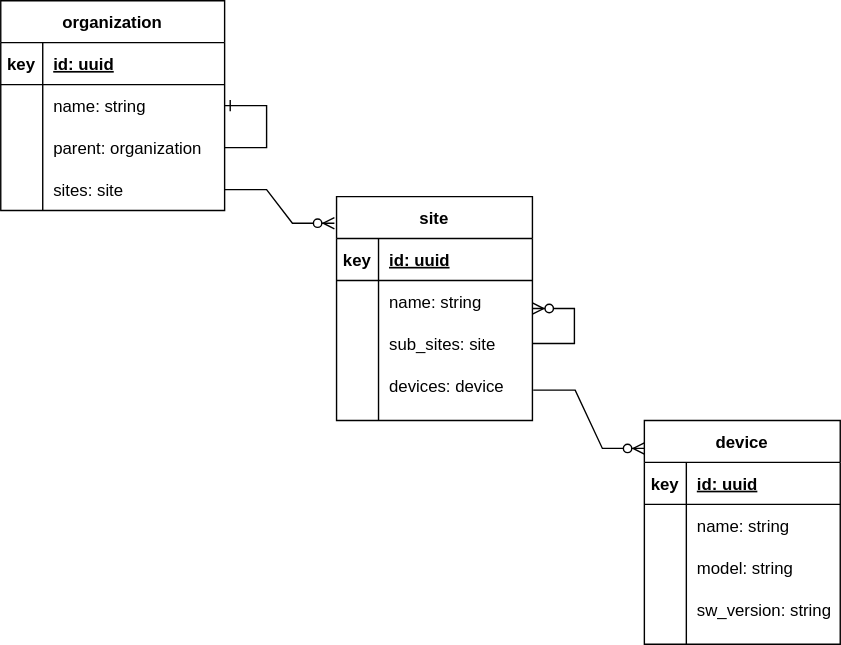
Earlier version of the draw.io export docs/contributor/example-meta-model.drawio.svg (tree-ware/tree-ware-kotlin-mysql). Source tidied: cells renumbered, new cells last; positions are measured from the earlier drawing's top-left corner, leaving out a move shared by most shapes. The source it was exported from:
```xml
<mxGraphModel>
  <root>
    <mxCell id="0" />
    <mxCell id="1" parent="0" />
    <mxCell id="2" value="organization" style="shape=table;startSize=30;rowLines=0;fontStyle=1;align=center;" parent="1" vertex="1">
      <mxGeometry width="160" height="150" as="geometry" />
    </mxCell>
    <mxCell id="3" style="shape=partialRectangle;fillColor=none;top=0;left=0;bottom=1;right=0;" parent="2" vertex="1">
      <mxGeometry y="30" width="160" height="30" as="geometry" />
    </mxCell>
    <mxCell id="4" value="key" style="shape=partialRectangle;fillColor=none;top=0;left=0;bottom=0;right=0;fontStyle=1;overflow=hidden;" parent="3" vertex="1">
      <mxGeometry width="30" height="30" as="geometry" />
    </mxCell>
    <mxCell id="5" value="id: uuid" style="shape=partialRectangle;fillColor=none;top=0;left=0;bottom=0;right=0;align=left;spacingLeft=6;fontStyle=5;overflow=hidden;" parent="3" vertex="1">
      <mxGeometry x="30" width="130" height="30" as="geometry" />
    </mxCell>
    <mxCell id="6" style="shape=partialRectangle;fillColor=none;top=0;left=0;bottom=0;right=0;points=[[0,0.5],[1,0.5]];portConstraint=eastwest;" parent="2" vertex="1">
      <mxGeometry y="60" width="160" height="30" as="geometry" />
    </mxCell>
    <mxCell id="7" style="shape=partialRectangle;fillColor=none;top=0;left=0;bottom=0;right=0;overflow=hidden;" parent="6" vertex="1">
      <mxGeometry width="30" height="30" as="geometry" />
    </mxCell>
    <mxCell id="8" value="name: string" style="shape=partialRectangle;fillColor=none;top=0;left=0;bottom=0;right=0;align=left;spacingLeft=6;overflow=hidden;" parent="6" vertex="1">
      <mxGeometry x="30" width="130" height="30" as="geometry" />
    </mxCell>
    <mxCell id="9" style="shape=partialRectangle;fillColor=none;top=0;left=0;bottom=0;right=0;points=[[0,0.5],[1,0.5]];portConstraint=eastwest;" parent="2" vertex="1">
      <mxGeometry y="90" width="160" height="30" as="geometry" />
    </mxCell>
    <mxCell id="10" style="shape=partialRectangle;fillColor=none;top=0;left=0;bottom=0;right=0;overflow=hidden;" parent="9" vertex="1">
      <mxGeometry width="30" height="30" as="geometry" />
    </mxCell>
    <mxCell id="11" value="parent: organization" style="shape=partialRectangle;fillColor=none;top=0;left=0;bottom=0;right=0;align=left;spacingLeft=6;overflow=hidden;" parent="9" vertex="1">
      <mxGeometry x="30" width="130" height="30" as="geometry" />
    </mxCell>
    <mxCell id="12" style="shape=partialRectangle;fillColor=none;top=0;left=0;bottom=0;right=0;points=[[0,0.5],[1,0.5]];portConstraint=eastwest;" parent="2" vertex="1">
      <mxGeometry y="120" width="160" height="30" as="geometry" />
    </mxCell>
    <mxCell id="13" style="shape=partialRectangle;fillColor=none;top=0;left=0;bottom=0;right=0;overflow=hidden;" parent="12" vertex="1">
      <mxGeometry width="30" height="30" as="geometry" />
    </mxCell>
    <mxCell id="14" value="sites: site" style="shape=partialRectangle;fillColor=none;top=0;left=0;bottom=0;right=0;align=left;spacingLeft=6;overflow=hidden;" parent="12" vertex="1">
      <mxGeometry x="30" width="130" height="30" as="geometry" />
    </mxCell>
    <mxCell id="15" style="edgeStyle=entityRelationEdgeStyle;fontSize=12;html=1;endArrow=ERone;endFill=1;rounded=0;exitX=1;exitY=0.5;exitDx=0;exitDy=0;" parent="2" edge="1" source="9" target="6">
      <mxGeometry relative="1" as="geometry" />
    </mxCell>
    <mxCell id="16" value="site" style="shape=table;startSize=30;rowLines=0;fontStyle=1;align=center;" parent="1" vertex="1">
      <mxGeometry x="240" y="140" width="140" height="160" as="geometry" />
    </mxCell>
    <mxCell id="17" style="shape=partialRectangle;fillColor=none;top=0;left=0;bottom=1;right=0;" parent="16" vertex="1">
      <mxGeometry y="30" width="140" height="30" as="geometry" />
    </mxCell>
    <mxCell id="18" value="key" style="shape=partialRectangle;fillColor=none;top=0;left=0;bottom=0;right=0;fontStyle=1;overflow=hidden;" parent="17" vertex="1">
      <mxGeometry width="30" height="30" as="geometry" />
    </mxCell>
    <mxCell id="19" value="id: uuid" style="shape=partialRectangle;fillColor=none;top=0;left=0;bottom=0;right=0;align=left;spacingLeft=6;fontStyle=5;overflow=hidden;" parent="17" vertex="1">
      <mxGeometry x="30" width="110" height="30" as="geometry" />
    </mxCell>
    <mxCell id="20" style="shape=partialRectangle;fillColor=none;top=0;left=0;bottom=0;right=0;" parent="16" vertex="1">
      <mxGeometry y="60" width="140" height="30" as="geometry" />
    </mxCell>
    <mxCell id="21" style="shape=partialRectangle;fillColor=none;top=0;left=0;bottom=0;right=0;overflow=hidden;" parent="20" vertex="1">
      <mxGeometry width="30" height="30" as="geometry" />
    </mxCell>
    <mxCell id="22" value="name: string" style="shape=partialRectangle;fillColor=none;top=0;left=0;bottom=0;right=0;align=left;spacingLeft=6;overflow=hidden;" parent="20" vertex="1">
      <mxGeometry x="30" width="110" height="30" as="geometry" />
    </mxCell>
    <mxCell id="23" style="shape=partialRectangle;fillColor=none;top=0;left=0;bottom=0;right=0;points=[[0,0.5],[1,0.5]];portConstraint=eastwest;" parent="16" vertex="1">
      <mxGeometry y="90" width="140" height="30" as="geometry" />
    </mxCell>
    <mxCell id="24" style="shape=partialRectangle;fillColor=none;top=0;left=0;bottom=0;right=0;overflow=hidden;" parent="23" vertex="1">
      <mxGeometry width="30" height="30" as="geometry" />
    </mxCell>
    <mxCell id="25" value="sub_sites: site" style="shape=partialRectangle;fillColor=none;top=0;left=0;bottom=0;right=0;align=left;spacingLeft=6;overflow=hidden;" parent="23" vertex="1">
      <mxGeometry x="30" width="110" height="30" as="geometry" />
    </mxCell>
    <mxCell id="26" style="shape=partialRectangle;fillColor=none;top=0;left=0;bottom=0;right=0;points=[[0,0.5],[1,0.5]];portConstraint=eastwest;" parent="16" vertex="1">
      <mxGeometry y="120" width="140" height="30" as="geometry" />
    </mxCell>
    <mxCell id="27" style="shape=partialRectangle;fillColor=none;top=0;left=0;bottom=0;right=0;overflow=hidden;" parent="26" vertex="1">
      <mxGeometry width="30" height="30" as="geometry" />
    </mxCell>
    <mxCell id="28" value="devices: device" style="shape=partialRectangle;fillColor=none;top=0;left=0;bottom=0;right=0;align=left;spacingLeft=6;overflow=hidden;" parent="26" vertex="1">
      <mxGeometry x="30" width="110" height="30" as="geometry" />
    </mxCell>
    <mxCell id="29" style="fontSize=12;html=1;endArrow=ERzeroToMany;endFill=1;exitX=1;exitY=0.5;exitDx=0;exitDy=0;rounded=0;edgeStyle=entityRelationEdgeStyle;elbow=vertical;" parent="16" edge="1" source="23" target="16">
      <mxGeometry relative="1" as="geometry" />
    </mxCell>
    <mxCell id="30" style="edgeStyle=entityRelationEdgeStyle;fontSize=12;html=1;endArrow=ERzeroToMany;endFill=1;rounded=0;exitX=1;exitY=0.5;exitDx=0;exitDy=0;entryX=-0.011;entryY=0.119;entryDx=0;entryDy=0;entryPerimeter=0;" parent="1" edge="1" source="12" target="16">
      <mxGeometry relative="1" as="geometry" />
    </mxCell>
    <mxCell id="31" value="device" style="shape=table;startSize=30;rowLines=0;fontStyle=1;align=center;" parent="1" vertex="1">
      <mxGeometry x="460" y="300" width="140" height="160" as="geometry" />
    </mxCell>
    <mxCell id="32" style="shape=partialRectangle;fillColor=none;top=0;left=0;bottom=1;right=0;" parent="31" vertex="1">
      <mxGeometry y="30" width="140" height="30" as="geometry" />
    </mxCell>
    <mxCell id="33" value="key" style="shape=partialRectangle;fillColor=none;top=0;left=0;bottom=0;right=0;fontStyle=1;overflow=hidden;" parent="32" vertex="1">
      <mxGeometry width="30" height="30" as="geometry" />
    </mxCell>
    <mxCell id="34" value="id: uuid" style="shape=partialRectangle;fillColor=none;top=0;left=0;bottom=0;right=0;align=left;spacingLeft=6;fontStyle=5;overflow=hidden;" parent="32" vertex="1">
      <mxGeometry x="30" width="110" height="30" as="geometry" />
    </mxCell>
    <mxCell id="35" style="shape=partialRectangle;fillColor=none;top=0;left=0;bottom=0;right=0;" parent="31" vertex="1">
      <mxGeometry y="60" width="140" height="30" as="geometry" />
    </mxCell>
    <mxCell id="36" style="shape=partialRectangle;fillColor=none;top=0;left=0;bottom=0;right=0;overflow=hidden;" parent="35" vertex="1">
      <mxGeometry width="30" height="30" as="geometry" />
    </mxCell>
    <mxCell id="37" value="name: string" style="shape=partialRectangle;fillColor=none;top=0;left=0;bottom=0;right=0;align=left;spacingLeft=6;overflow=hidden;" parent="35" vertex="1">
      <mxGeometry x="30" width="110" height="30" as="geometry" />
    </mxCell>
    <mxCell id="38" style="shape=partialRectangle;fillColor=none;top=0;left=0;bottom=0;right=0;" parent="31" vertex="1">
      <mxGeometry y="90" width="140" height="30" as="geometry" />
    </mxCell>
    <mxCell id="39" style="shape=partialRectangle;fillColor=none;top=0;left=0;bottom=0;right=0;overflow=hidden;" parent="38" vertex="1">
      <mxGeometry width="30" height="30" as="geometry" />
    </mxCell>
    <mxCell id="40" value="model: string" style="shape=partialRectangle;fillColor=none;top=0;left=0;bottom=0;right=0;align=left;spacingLeft=6;overflow=hidden;" parent="38" vertex="1">
      <mxGeometry x="30" width="110" height="30" as="geometry" />
    </mxCell>
    <mxCell id="41" style="shape=partialRectangle;fillColor=none;top=0;left=0;bottom=0;right=0;" parent="31" vertex="1">
      <mxGeometry y="120" width="140" height="30" as="geometry" />
    </mxCell>
    <mxCell id="42" style="shape=partialRectangle;fillColor=none;top=0;left=0;bottom=0;right=0;overflow=hidden;" parent="41" vertex="1">
      <mxGeometry width="30" height="30" as="geometry" />
    </mxCell>
    <mxCell id="43" value="sw_version: string" style="shape=partialRectangle;fillColor=none;top=0;left=0;bottom=0;right=0;align=left;spacingLeft=6;overflow=hidden;" parent="41" vertex="1">
      <mxGeometry x="30" width="110" height="30" as="geometry" />
    </mxCell>
    <mxCell id="44" style="edgeStyle=entityRelationEdgeStyle;fontSize=12;html=1;endArrow=ERzeroToMany;endFill=1;rounded=0;elbow=vertical;exitX=1.004;exitY=0.611;exitDx=0;exitDy=0;exitPerimeter=0;entryX=0;entryY=0.125;entryDx=0;entryDy=0;entryPerimeter=0;" parent="1" edge="1" source="26" target="31">
      <mxGeometry relative="1" as="geometry" />
    </mxCell>
  </root>
</mxGraphModel>
```
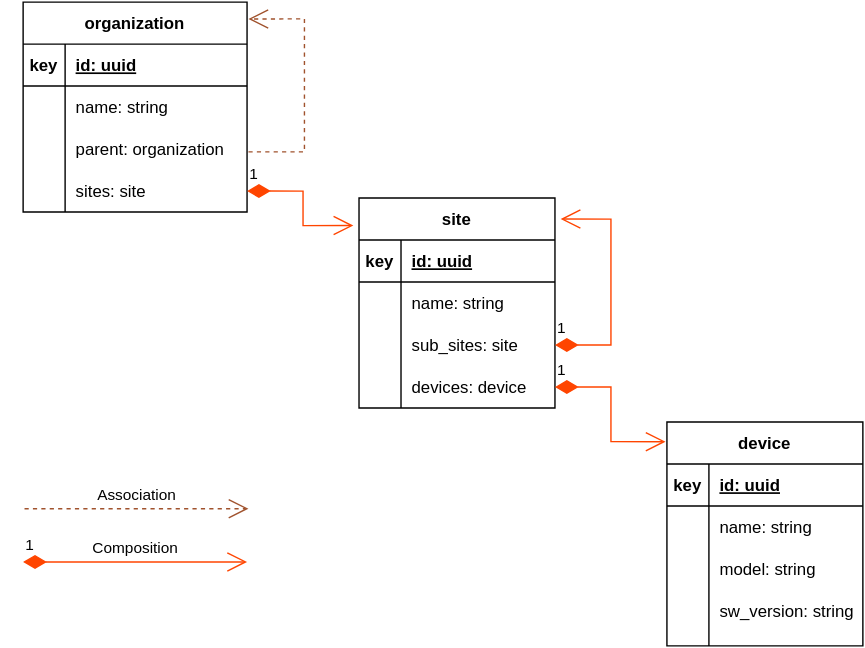
The same diagram one commit later.

Commit message:
Update connection styles in example meta-model

What changed in the source:
```diff
@@ -41,11 +41,18 @@
     <mxCell id="14" value="sites: site" style="shape=partialRectangle;fillColor=none;top=0;left=0;bottom=0;right=0;align=left;spacingLeft=6;overflow=hidden;" parent="12" vertex="1">
       <mxGeometry x="30" width="130" height="30" as="geometry" />
     </mxCell>
-    <mxCell id="15" style="edgeStyle=entityRelationEdgeStyle;fontSize=12;html=1;endArrow=ERone;endFill=1;rounded=0;exitX=1;exitY=0.5;exitDx=0;exitDy=0;" parent="2" edge="1" source="9" target="6">
-      <mxGeometry relative="1" as="geometry" />
-    </mxCell>
+    <mxCell id="45" style="endArrow=open;endSize=12;dashed=1;html=1;rounded=0;exitX=1;exitY=0.5;exitDx=0;exitDy=0;entryX=1;entryY=0.067;entryDx=0;entryDy=0;entryPerimeter=0;fillColor=#a0522d;strokeColor=#a0522d;" parent="2" edge="1">
+      <mxGeometry relative="1" as="geometry">
+        <mxPoint x="161" y="107" as="sourcePoint" />
+        <mxPoint x="161" y="12.1" as="targetPoint" />
+        <Array as="points">
+          <mxPoint x="201" y="107" />
+          <mxPoint x="201" y="12" />
+        </Array>
+      </mxGeometry>
+    </mxCell>
     <mxCell id="16" value="site" style="shape=table;startSize=30;rowLines=0;fontStyle=1;align=center;" parent="1" vertex="1">
-      <mxGeometry x="240" y="140" width="140" height="160" as="geometry" />
+      <mxGeometry x="240" y="140" width="140" height="150" as="geometry" />
     </mxCell>
     <mxCell id="17" style="shape=partialRectangle;fillColor=none;top=0;left=0;bottom=1;right=0;" parent="16" vertex="1">
       <mxGeometry y="30" width="140" height="30" as="geometry" />
@@ -83,12 +90,14 @@
     <mxCell id="28" value="devices: device" style="shape=partialRectangle;fillColor=none;top=0;left=0;bottom=0;right=0;align=left;spacingLeft=6;overflow=hidden;" parent="26" vertex="1">
       <mxGeometry x="30" width="110" height="30" as="geometry" />
     </mxCell>
-    <mxCell id="29" style="fontSize=12;html=1;endArrow=ERzeroToMany;endFill=1;exitX=1;exitY=0.5;exitDx=0;exitDy=0;rounded=0;edgeStyle=entityRelationEdgeStyle;elbow=vertical;" parent="16" edge="1" source="23" target="16">
-      <mxGeometry relative="1" as="geometry" />
+    <mxCell id="29" value="1" style="endArrow=open;html=1;endSize=12;startArrow=diamondThin;startSize=14;startFill=1;edgeStyle=orthogonalEdgeStyle;align=left;verticalAlign=bottom;rounded=0;exitX=1;exitY=0.5;exitDx=0;exitDy=0;entryX=1.029;entryY=0.1;entryDx=0;entryDy=0;entryPerimeter=0;fillColor=#e51400;strokeColor=#ff4500;" parent="16" edge="1" source="23" target="16">
+      <mxGeometry x="-1" y="3" relative="1" as="geometry">
+        <Array as="points">
+          <mxPoint x="180" y="105" />
+          <mxPoint x="180" y="15" />
+        </Array>
+      </mxGeometry>
     </mxCell>
-    <mxCell id="30" style="edgeStyle=entityRelationEdgeStyle;fontSize=12;html=1;endArrow=ERzeroToMany;endFill=1;rounded=0;exitX=1;exitY=0.5;exitDx=0;exitDy=0;entryX=-0.011;entryY=0.119;entryDx=0;entryDy=0;entryPerimeter=0;" parent="1" edge="1" source="12" target="16">
-      <mxGeometry relative="1" as="geometry" />
-    </mxCell>
     <mxCell id="31" value="device" style="shape=table;startSize=30;rowLines=0;fontStyle=1;align=center;" parent="1" vertex="1">
       <mxGeometry x="460" y="300" width="140" height="160" as="geometry" />
     </mxCell>
@@ -128,8 +137,28 @@
     <mxCell id="43" value="sw_version: string" style="shape=partialRectangle;fillColor=none;top=0;left=0;bottom=0;right=0;align=left;spacingLeft=6;overflow=hidden;" parent="41" vertex="1">
       <mxGeometry x="30" width="110" height="30" as="geometry" />
     </mxCell>
+    <mxCell id="30" value="1" style="endArrow=open;html=1;endSize=12;startArrow=diamondThin;startSize=14;startFill=1;edgeStyle=orthogonalEdgeStyle;align=left;verticalAlign=bottom;rounded=0;exitX=1;exitY=0.5;exitDx=0;exitDy=0;entryX=-0.029;entryY=0.131;entryDx=0;entryDy=0;entryPerimeter=0;fillColor=#e51400;strokeColor=#ff4500;" parent="1" edge="1" source="12" target="16">
+      <mxGeometry x="-1" y="3" relative="1" as="geometry" />
+    </mxCell>
-    <mxCell id="44" style="edgeStyle=entityRelationEdgeStyle;fontSize=12;html=1;endArrow=ERzeroToMany;endFill=1;rounded=0;elbow=vertical;exitX=1.004;exitY=0.611;exitDx=0;exitDy=0;exitPerimeter=0;entryX=0;entryY=0.125;entryDx=0;entryDy=0;entryPerimeter=0;" parent="1" edge="1" source="26" target="31">
-      <mxGeometry relative="1" as="geometry" />
+    <mxCell id="44" value="1" style="endArrow=open;html=1;endSize=12;startArrow=diamondThin;startSize=14;startFill=1;edgeStyle=orthogonalEdgeStyle;align=left;verticalAlign=bottom;rounded=0;entryX=-0.007;entryY=0.088;entryDx=0;entryDy=0;entryPerimeter=0;exitX=1;exitY=0.5;exitDx=0;exitDy=0;fillColor=#e51400;strokeColor=#ff4500;" parent="1" edge="1" source="26" target="31">
+      <mxGeometry x="-1" y="3" relative="1" as="geometry" />
     </mxCell>
+    <mxCell id="46" value="Association" style="endArrow=open;endSize=12;dashed=1;html=1;rounded=0;fillColor=#a0522d;strokeColor=#a0522d;" parent="1" edge="1">
+      <mxGeometry y="10" relative="1" as="geometry">
+        <mxPoint x="1" y="362" as="sourcePoint" />
+        <mxPoint x="161" y="362" as="targetPoint" />
+      </mxGeometry>
+    </mxCell>
+    <mxCell id="47" value="1" style="endArrow=open;html=1;endSize=12;startArrow=diamondThin;startSize=14;startFill=1;edgeStyle=orthogonalEdgeStyle;align=left;verticalAlign=bottom;rounded=0;fillColor=#e51400;strokeColor=#ff4500;" parent="1" edge="1">
+      <mxGeometry x="-1" y="3" relative="1" as="geometry">
+        <mxPoint y="400" as="sourcePoint" />
+        <mxPoint x="160" y="400" as="targetPoint" />
+      </mxGeometry>
+    </mxCell>
+    <mxCell id="48" value="Composition" style="edgeLabel;html=1;align=center;verticalAlign=middle;" parent="47" vertex="1">
+      <mxGeometry x="-0.05" relative="1" as="geometry">
+        <mxPoint x="4" y="-10" as="offset" />
+      </mxGeometry>
+    </mxCell>
   </root>
 </mxGraphModel>
```
